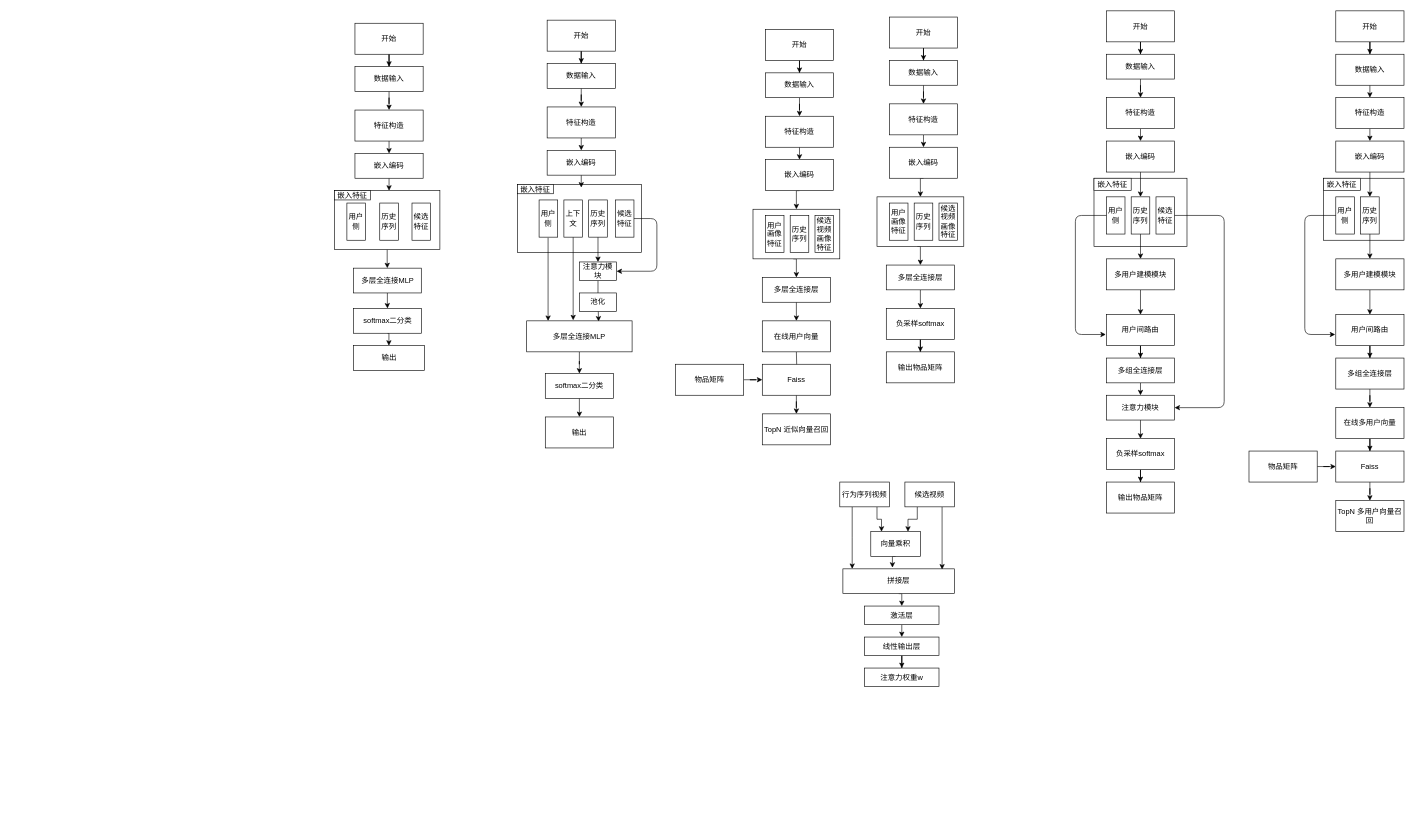
Above: Untitled Diagram.drawio in zkailinzhang/12306-I-have-got-the-train-ticket. (draw.io), before the change. Source tidied: cells renumbered, new cells numbered last; positions are measured from the earlier drawing's top-left corner, leaving out a move shared by most shapes. Both pictures are drawn from the tidied source at 62%, with x=0, y=0 at pixel (334, 11).
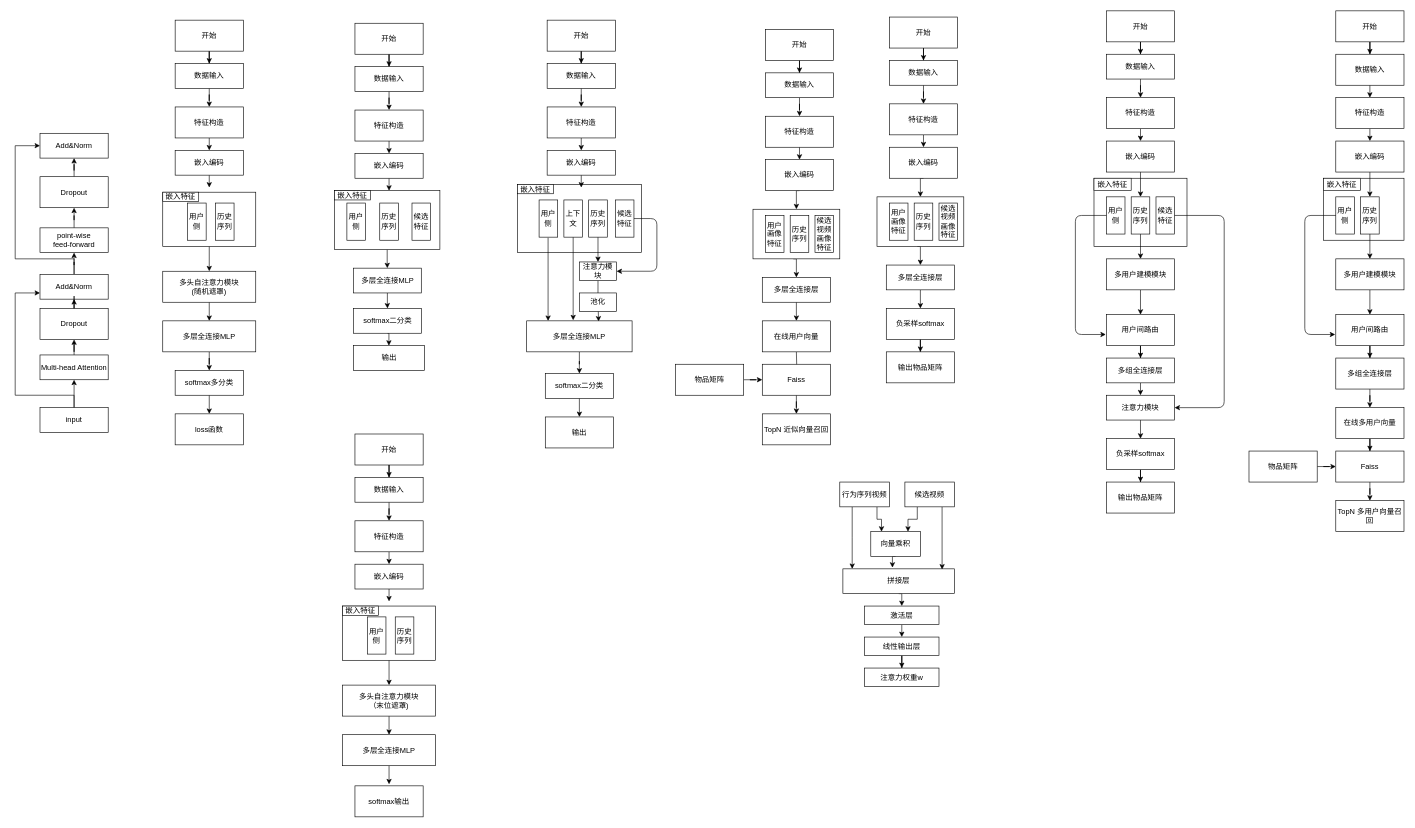
The same diagram, later.

Change to the diagram source:
```diff
@@
+    <mxCell id="156" style="edgeStyle=orthogonalEdgeStyle;rounded=0;jettySize=auto;html=1;exitX=0.5;exitY=1;exitDx=0;exitDy=0;entryX=0.5;entryY=0;entryDx=0;entryDy=0;" parent="1" edge="1" source="157" target="167">
+      <mxGeometry relative="1" as="geometry" />
+    </mxCell>
+    <mxCell id="157" style="rounded=0;whiteSpace=wrap;html=1;" parent="1" vertex="1">
+      <mxGeometry x="-277" y="292.5" width="150" height="87.5" as="geometry" />
+    </mxCell>
+    <mxCell id="158" style="edgeStyle=orthogonalEdgeStyle;rounded=0;jettySize=auto;html=1;entryX=0.5;entryY=0;entryDx=0;entryDy=0;" parent="1" edge="1" source="159" target="161">
+      <mxGeometry relative="1" as="geometry" />
+    </mxCell>
+    <mxCell id="159" value="开始" style="rounded=0;whiteSpace=wrap;html=1;" parent="1" vertex="1">
+      <mxGeometry x="-257" y="15" width="110" height="50" as="geometry" />
+    </mxCell>
+    <mxCell id="160" style="edgeStyle=orthogonalEdgeStyle;rounded=0;jettySize=auto;html=1;entryX=0.5;entryY=0;entryDx=0;entryDy=0;" parent="1" edge="1" source="161" target="163">
+      <mxGeometry relative="1" as="geometry" />
+    </mxCell>
+    <mxCell id="161" value="数据输入" style="rounded=0;whiteSpace=wrap;html=1;" parent="1" vertex="1">
+      <mxGeometry x="-257" y="85" width="110" height="40" as="geometry" />
+    </mxCell>
+    <mxCell id="162" style="edgeStyle=orthogonalEdgeStyle;rounded=0;jettySize=auto;html=1;exitX=0.5;exitY=1;exitDx=0;exitDy=0;entryX=0.5;entryY=0;entryDx=0;entryDy=0;" parent="1" edge="1" source="163" target="165">
+      <mxGeometry relative="1" as="geometry" />
+    </mxCell>
+    <mxCell id="163" value="特征构造" style="rounded=0;whiteSpace=wrap;html=1;" parent="1" vertex="1">
+      <mxGeometry x="-257" y="155" width="110" height="50" as="geometry" />
+    </mxCell>
+    <mxCell id="164" style="edgeStyle=orthogonalEdgeStyle;rounded=0;jettySize=auto;html=1;exitX=0.5;exitY=1;exitDx=0;exitDy=0;" parent="1" edge="1" source="165">
+      <mxGeometry relative="1" as="geometry">
+        <mxPoint x="-202" y="285" as="targetPoint" />
+      </mxGeometry>
+    </mxCell>
+    <mxCell id="165" value="嵌入编码" style="rounded=0;whiteSpace=wrap;html=1;" parent="1" vertex="1">
+      <mxGeometry x="-257" y="225" width="110" height="40" as="geometry" />
+    </mxCell>
+    <mxCell id="166" style="edgeStyle=orthogonalEdgeStyle;rounded=0;jettySize=auto;html=1;exitX=0.5;exitY=1;exitDx=0;exitDy=0;entryX=0.5;entryY=0;entryDx=0;entryDy=0;" parent="1" edge="1" source="167" target="169">
+      <mxGeometry relative="1" as="geometry" />
+    </mxCell>
+    <mxCell id="167" value="多头自注意力模块&lt;br&gt;(随机遮罩)" style="rounded=0;whiteSpace=wrap;html=1;" parent="1" vertex="1">
+      <mxGeometry x="-277" y="420" width="150" height="50" as="geometry" />
+    </mxCell>
+    <mxCell id="168" style="edgeStyle=orthogonalEdgeStyle;rounded=0;jettySize=auto;html=1;entryX=0.5;entryY=0;entryDx=0;entryDy=0;" parent="1" edge="1" source="169" target="172">
+      <mxGeometry relative="1" as="geometry" />
+    </mxCell>
+    <mxCell id="169" value="&lt;span&gt;多层全连接MLP&lt;/span&gt;" style="rounded=0;whiteSpace=wrap;html=1;" parent="1" vertex="1">
+      <mxGeometry x="-277" y="500" width="150" height="50" as="geometry" />
+    </mxCell>
+    <mxCell id="170" value="loss函数" style="rounded=0;whiteSpace=wrap;html=1;" parent="1" vertex="1">
+      <mxGeometry x="-257" y="650" width="110" height="50" as="geometry" />
+    </mxCell>
+    <mxCell id="171" style="edgeStyle=orthogonalEdgeStyle;rounded=0;jettySize=auto;html=1;exitX=0.5;exitY=1;exitDx=0;exitDy=0;entryX=0.5;entryY=0;entryDx=0;entryDy=0;" parent="1" edge="1" source="172" target="170">
+      <mxGeometry relative="1" as="geometry" />
+    </mxCell>
+    <mxCell id="172" value="softmax多分类" style="rounded=0;whiteSpace=wrap;html=1;" parent="1" vertex="1">
+      <mxGeometry x="-257" y="580" width="110" height="40" as="geometry" />
+    </mxCell>
+    <mxCell id="173" value="用户侧" style="rounded=0;whiteSpace=wrap;html=1;" parent="1" vertex="1">
+      <mxGeometry x="-237" y="310" width="30" height="60" as="geometry" />
+    </mxCell>
+    <mxCell id="174" value="历史序列" style="rounded=0;whiteSpace=wrap;html=1;" parent="1" vertex="1">
+      <mxGeometry x="-192" y="310" width="30" height="60" as="geometry" />
+    </mxCell>
+    <mxCell id="175" value="嵌入特征" style="rounded=0;whiteSpace=wrap;html=1;" parent="1" vertex="1">
+      <mxGeometry x="-277" y="292.5" width="58" height="15" as="geometry" />
+    </mxCell>
+    <mxCell id="176" value="Add&amp;amp;Norm" style="rounded=0;whiteSpace=wrap;html=1;" parent="1" vertex="1">
+      <mxGeometry x="-475" y="197.5" width="110" height="40" as="geometry" />
+    </mxCell>
+    <mxCell id="177" style="edgeStyle=orthogonalEdgeStyle;rounded=0;jettySize=auto;html=1;" parent="1" edge="1" source="178" target="176">
+      <mxGeometry relative="1" as="geometry" />
+    </mxCell>
+    <mxCell id="178" value="Dropout" style="rounded=0;whiteSpace=wrap;html=1;" parent="1" vertex="1">
+      <mxGeometry x="-475" y="267.5" width="110" height="50" as="geometry" />
+    </mxCell>
+    <mxCell id="179" style="edgeStyle=orthogonalEdgeStyle;rounded=0;jettySize=auto;html=1;" parent="1" edge="1" source="180" target="178">
+      <mxGeometry relative="1" as="geometry" />
+    </mxCell>
+    <mxCell id="180" value="point-wise &lt;br&gt;feed-forward" style="rounded=0;whiteSpace=wrap;html=1;" parent="1" vertex="1">
+      <mxGeometry x="-475" y="350" width="110" height="40" as="geometry" />
+    </mxCell>
+    <mxCell id="181" style="edgeStyle=orthogonalEdgeStyle;rounded=0;jettySize=auto;html=1;" parent="1" edge="1" source="183" target="180">
+      <mxGeometry relative="1" as="geometry" />
+    </mxCell>
+    <mxCell id="182" style="edgeStyle=orthogonalEdgeStyle;rounded=0;jettySize=auto;html=1;entryX=0;entryY=0.5;entryDx=0;entryDy=0;" parent="1" edge="1" source="183" target="176">
+      <mxGeometry relative="1" as="geometry">
+        <Array as="points">
+          <mxPoint x="-420" y="400" />
+          <mxPoint x="-515" y="400" />
+          <mxPoint x="-515" y="218" />
+        </Array>
+      </mxGeometry>
+    </mxCell>
+    <mxCell id="183" value="Add&amp;amp;Norm" style="rounded=0;whiteSpace=wrap;html=1;" parent="1" vertex="1">
+      <mxGeometry x="-475" y="425" width="110" height="40" as="geometry" />
+    </mxCell>
+    <mxCell id="184" style="edgeStyle=orthogonalEdgeStyle;rounded=0;jettySize=auto;html=1;" parent="1" edge="1" source="185" target="183">
+      <mxGeometry relative="1" as="geometry" />
+    </mxCell>
+    <mxCell id="185" value="Dropout" style="rounded=0;whiteSpace=wrap;html=1;" parent="1" vertex="1">
+      <mxGeometry x="-475" y="480" width="110" height="50" as="geometry" />
+    </mxCell>
+    <mxCell id="186" style="edgeStyle=orthogonalEdgeStyle;rounded=0;jettySize=auto;html=1;" parent="1" edge="1" source="187" target="185">
+      <mxGeometry relative="1" as="geometry" />
+    </mxCell>
+    <mxCell id="187" value="Multi-head Attention" style="rounded=0;whiteSpace=wrap;html=1;" parent="1" vertex="1">
+      <mxGeometry x="-475" y="555" width="110" height="40" as="geometry" />
+    </mxCell>
+    <mxCell id="188" style="edgeStyle=orthogonalEdgeStyle;rounded=0;jettySize=auto;html=1;" parent="1" edge="1" source="190" target="187">
+      <mxGeometry relative="1" as="geometry" />
+    </mxCell>
+    <mxCell id="189" style="edgeStyle=orthogonalEdgeStyle;rounded=0;jettySize=auto;html=1;entryX=0;entryY=0.75;entryDx=0;entryDy=0;" parent="1" edge="1" source="190" target="183">
+      <mxGeometry relative="1" as="geometry">
+        <Array as="points">
+          <mxPoint x="-420" y="620" />
+          <mxPoint x="-515" y="620" />
+          <mxPoint x="-515" y="455" />
+        </Array>
+      </mxGeometry>
+    </mxCell>
+    <mxCell id="190" value="input" style="rounded=0;whiteSpace=wrap;html=1;" parent="1" vertex="1">
+      <mxGeometry x="-475" y="640" width="110" height="40" as="geometry" />
+    </mxCell>
+    <mxCell id="191" style="edgeStyle=orthogonalEdgeStyle;rounded=0;jettySize=auto;html=1;exitX=0.5;exitY=1;exitDx=0;exitDy=0;entryX=0.5;entryY=0;entryDx=0;entryDy=0;" parent="1" edge="1" source="192" target="202">
+      <mxGeometry relative="1" as="geometry" />
+    </mxCell>
+    <mxCell id="192" style="rounded=0;whiteSpace=wrap;html=1;" parent="1" vertex="1">
+      <mxGeometry x="13" y="960" width="150" height="87.5" as="geometry" />
+    </mxCell>
+    <mxCell id="193" style="edgeStyle=orthogonalEdgeStyle;rounded=0;jettySize=auto;html=1;entryX=0.5;entryY=0;entryDx=0;entryDy=0;" parent="1" edge="1" source="194" target="196">
+      <mxGeometry relative="1" as="geometry" />
+    </mxCell>
+    <mxCell id="194" value="开始" style="rounded=0;whiteSpace=wrap;html=1;" parent="1" vertex="1">
+      <mxGeometry x="33" y="682.5" width="110" height="50" as="geometry" />
+    </mxCell>
+    <mxCell id="195" style="edgeStyle=orthogonalEdgeStyle;rounded=0;jettySize=auto;html=1;entryX=0.5;entryY=0;entryDx=0;entryDy=0;" parent="1" edge="1" source="196" target="198">
+      <mxGeometry relative="1" as="geometry" />
+    </mxCell>
+    <mxCell id="196" value="数据输入" style="rounded=0;whiteSpace=wrap;html=1;" parent="1" vertex="1">
+      <mxGeometry x="33" y="752.5" width="110" height="40" as="geometry" />
+    </mxCell>
+    <mxCell id="197" style="edgeStyle=orthogonalEdgeStyle;rounded=0;jettySize=auto;html=1;exitX=0.5;exitY=1;exitDx=0;exitDy=0;entryX=0.5;entryY=0;entryDx=0;entryDy=0;" parent="1" edge="1" source="198" target="200">
+      <mxGeometry relative="1" as="geometry" />
+    </mxCell>
+    <mxCell id="198" value="特征构造" style="rounded=0;whiteSpace=wrap;html=1;" parent="1" vertex="1">
+      <mxGeometry x="33" y="822.5" width="110" height="50" as="geometry" />
+    </mxCell>
+    <mxCell id="199" style="edgeStyle=orthogonalEdgeStyle;rounded=0;jettySize=auto;html=1;exitX=0.5;exitY=1;exitDx=0;exitDy=0;" parent="1" edge="1" source="200">
+      <mxGeometry relative="1" as="geometry">
+        <mxPoint x="88" y="952.5" as="targetPoint" />
+      </mxGeometry>
+    </mxCell>
+    <mxCell id="200" value="嵌入编码" style="rounded=0;whiteSpace=wrap;html=1;" parent="1" vertex="1">
+      <mxGeometry x="33" y="892.5" width="110" height="40" as="geometry" />
+    </mxCell>
+    <mxCell id="201" style="edgeStyle=orthogonalEdgeStyle;rounded=0;jettySize=auto;html=1;exitX=0.5;exitY=1;exitDx=0;exitDy=0;entryX=0.5;entryY=0;entryDx=0;entryDy=0;" parent="1" edge="1" source="202" target="204">
+      <mxGeometry relative="1" as="geometry" />
+    </mxCell>
+    <mxCell id="202" value="多头自注意力模块&lt;br&gt;（末位遮罩)" style="rounded=0;whiteSpace=wrap;html=1;" parent="1" vertex="1">
+      <mxGeometry x="13" y="1087.5" width="150" height="50" as="geometry" />
+    </mxCell>
+    <mxCell id="203" style="edgeStyle=orthogonalEdgeStyle;rounded=0;jettySize=auto;html=1;entryX=0.5;entryY=0;entryDx=0;entryDy=0;" parent="1" edge="1" source="204">
+      <mxGeometry relative="1" as="geometry">
+        <mxPoint x="88" y="1247.5" as="targetPoint" />
+      </mxGeometry>
+    </mxCell>
+    <mxCell id="204" value="&lt;span&gt;多层全连接MLP&lt;/span&gt;" style="rounded=0;whiteSpace=wrap;html=1;" parent="1" vertex="1">
+      <mxGeometry x="13" y="1167.5" width="150" height="50" as="geometry" />
+    </mxCell>
+    <mxCell id="205" value="softmax输出" style="rounded=0;whiteSpace=wrap;html=1;" parent="1" vertex="1">
+      <mxGeometry x="33" y="1250" width="110" height="50" as="geometry" />
+    </mxCell>
+    <mxCell id="206" value="用户侧" style="rounded=0;whiteSpace=wrap;html=1;" parent="1" vertex="1">
+      <mxGeometry x="53" y="977.5" width="30" height="60" as="geometry" />
+    </mxCell>
+    <mxCell id="207" value="历史序列" style="rounded=0;whiteSpace=wrap;html=1;" parent="1" vertex="1">
+      <mxGeometry x="98" y="977.5" width="30" height="60" as="geometry" />
+    </mxCell>
+    <mxCell id="208" value="嵌入特征" style="rounded=0;whiteSpace=wrap;html=1;" parent="1" vertex="1">
+      <mxGeometry x="13" y="960" width="58" height="15" as="geometry" />
+    </mxCell>
```
